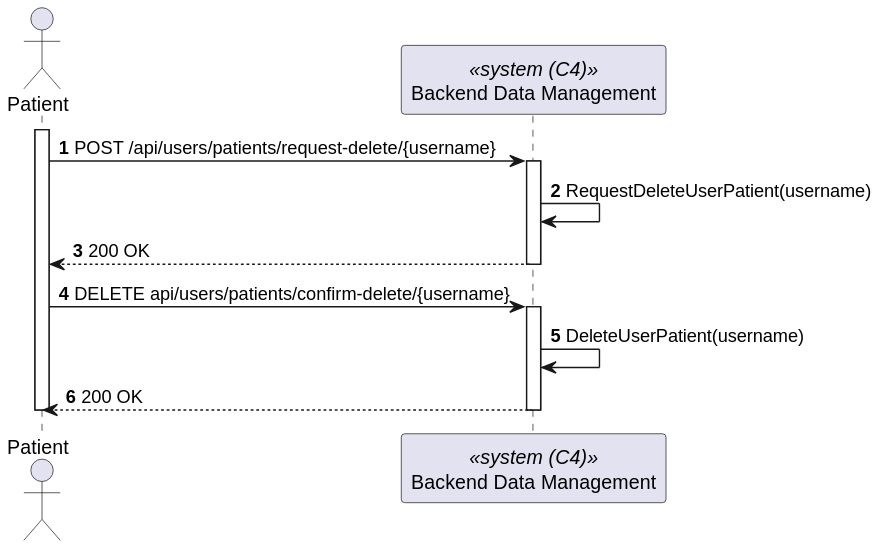
The PlantUML diagram docs/sprint-a/us-5.1.5/views/level2/process-view.svg in 1220846/sem5pi-24-25-3ddg20, before a commit.
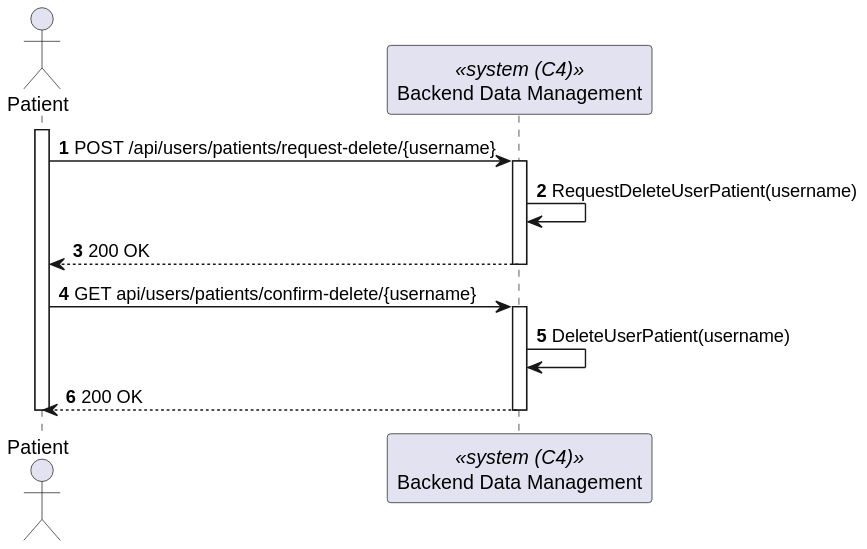
After the change.

Change to the diagram source:
```diff
@@ -15,7 +15,7 @@
         Patient <-- BackendDataManagement : 200 OK
     deactivate BackendDataManagement
 
-    Patient -> BackendDataManagement : DELETE api/users/patients/confirm-delete/{username}
+    Patient -> BackendDataManagement : GET api/users/patients/confirm-delete/{username}
     activate BackendDataManagement
 
         BackendDataManagement -> BackendDataManagement : DeleteUserPatient(username)
```
